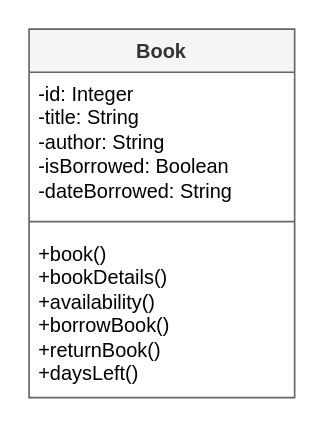
Before: page "class" (2 of 3) of ah-cs/sdd/AH-SDD-Library/assets/diagrams/AH-SDD-Library.drawio in MrFriendCS/MrFriendCS.github.io, a draw.io diagram. Source tidied: cells renumbered, new cells numbered last; positions are measured from the earlier drawing's top-left corner, leaving out a move shared by most shapes. Both pictures are drawn from the tidied source at 166%, with x=0, y=0 at pixel (28, 28).
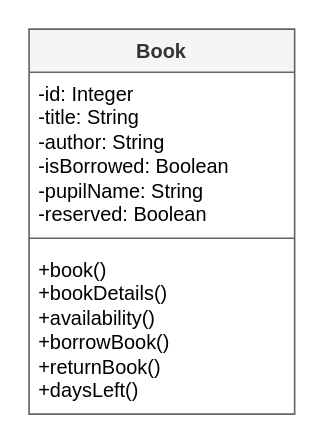
The same page after the edit.

Change to the diagram source:
```diff
@@
 <mxGraphModel>
   <root>
     <mxCell id="0" />
     <mxCell id="1" parent="0" />
     <mxCell id="2" value="Book" style="swimlane;fontStyle=1;align=center;verticalAlign=top;horizontal=1;startSize=26;whiteSpace=wrap;html=1;fillColor=#f5f5f5;fontColor=#333333;strokeColor=#666666;" parent="1" vertex="1">
-      <mxGeometry width="160" height="222" as="geometry" />
+      <mxGeometry width="160" height="232" as="geometry" />
     </mxCell>
-    <mxCell id="3" value="-id: Integer&lt;div&gt;-title: String&lt;/div&gt;&lt;div&gt;-author: String&lt;/div&gt;&lt;div&gt;-isBorrowed: Boolean&lt;/div&gt;&lt;div&gt;-dateBorrowed: String&lt;/div&gt;" style="text;strokeColor=none;fillColor=none;align=left;verticalAlign=top;spacingLeft=4;spacingRight=4;overflow=hidden;whiteSpace=wrap;html=1;" parent="2" vertex="1">
-      <mxGeometry y="26" width="160" height="84" as="geometry" />
+    <mxCell id="3" value="-id: Integer&lt;div&gt;-title: String&lt;/div&gt;&lt;div&gt;-author: String&lt;/div&gt;&lt;div&gt;-isBorrowed: Boolean&lt;/div&gt;&lt;div&gt;-pupilName: String&lt;/div&gt;&lt;div&gt;-reserved: Boolean&lt;/div&gt;" style="text;strokeColor=none;fillColor=none;align=left;verticalAlign=top;spacingLeft=4;spacingRight=4;overflow=hidden;whiteSpace=wrap;html=1;" parent="2" vertex="1">
+      <mxGeometry y="26" width="160" height="94" as="geometry" />
     </mxCell>
     <mxCell id="4" style="line;strokeWidth=1;fillColor=none;align=left;verticalAlign=middle;spacingTop=-1;spacingLeft=3;spacingRight=3;labelPosition=right;strokeColor=inherit;" parent="2" vertex="1">
-      <mxGeometry y="110" width="160" height="12" as="geometry" />
+      <mxGeometry y="120" width="160" height="12" as="geometry" />
     </mxCell>
     <mxCell id="5" value="+book()&lt;div&gt;+bookDetails()&lt;/div&gt;&lt;div&gt;+availability()&lt;/div&gt;&lt;div&gt;+borrowBook()&lt;/div&gt;&lt;div&gt;+returnBook()&lt;/div&gt;&lt;div&gt;+daysLeft()&lt;/div&gt;" style="text;strokeColor=none;fillColor=none;align=left;verticalAlign=top;spacingLeft=4;spacingRight=4;overflow=hidden;whiteSpace=wrap;html=1;" parent="2" vertex="1">
-      <mxGeometry y="122" width="160" height="100" as="geometry" />
+      <mxGeometry y="132" width="160" height="100" as="geometry" />
     </mxCell>
   </root>
 </mxGraphModel>
```
